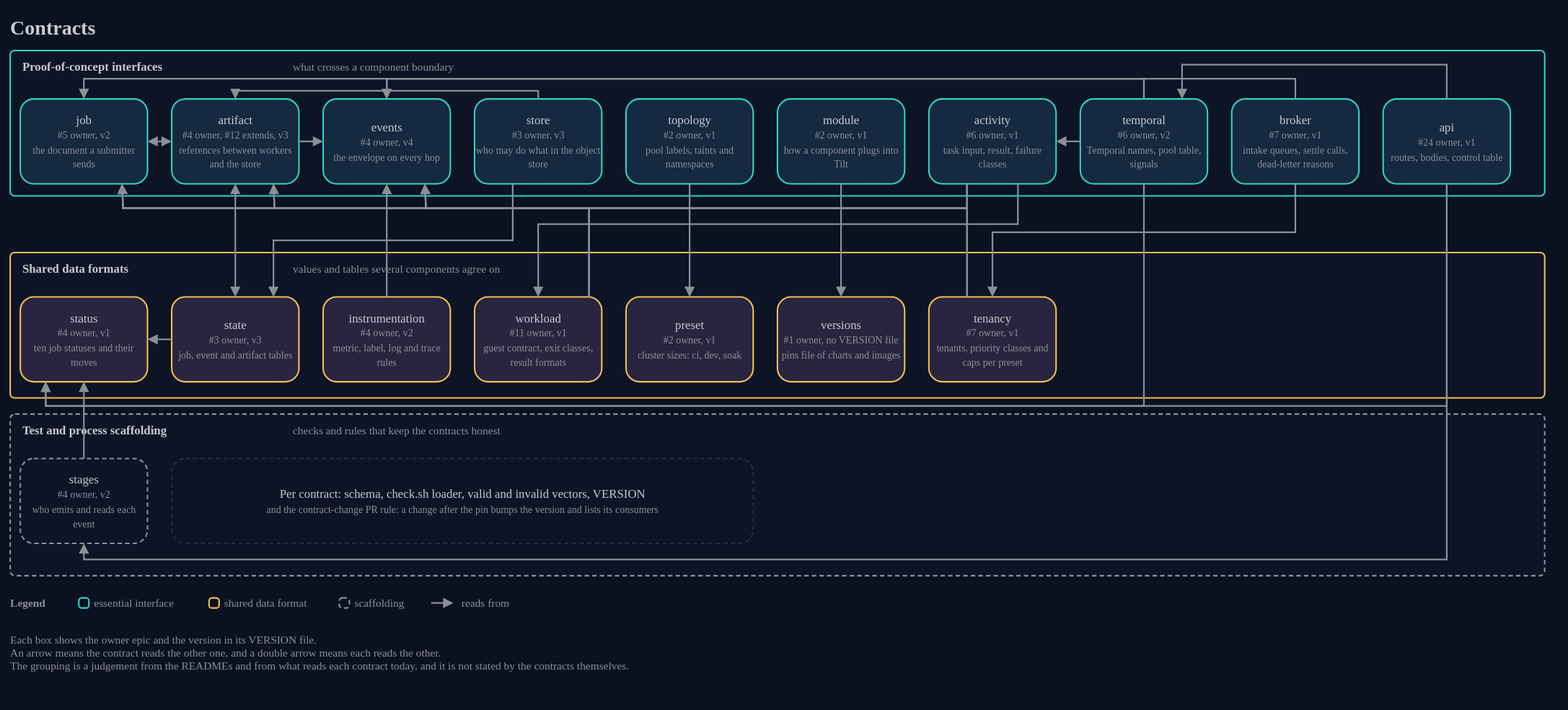
This is docs/architecture/15-contracts.drawio.svg from AndoNorth/disyard, a draw.io export, as it was before one commit. Source tidied: cells renumbered, new cells last; positions are measured from the earlier drawing's top-left corner, leaving out a move shared by most shapes.
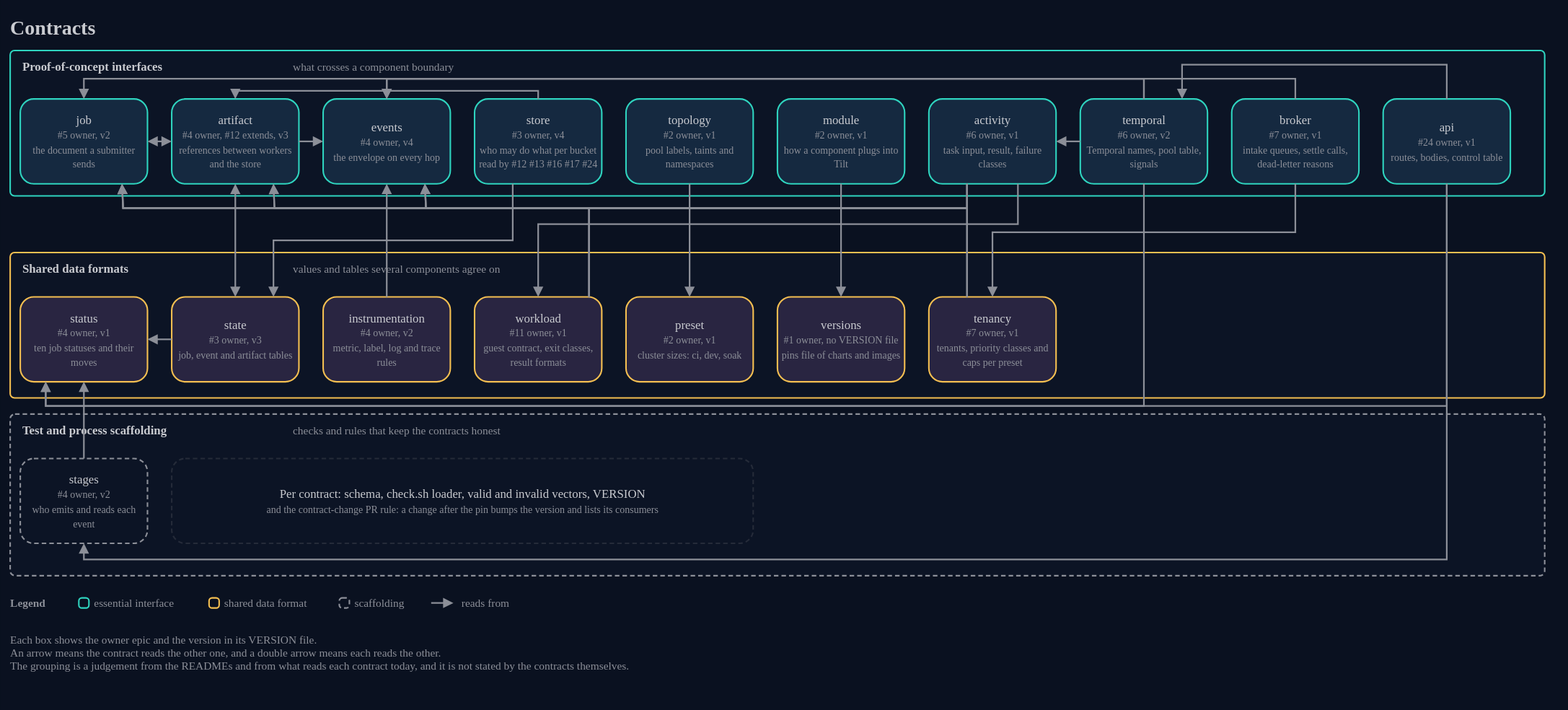
The same file after the commit.

Commit message:
feat(store): [#24] the submit identity reads wdf-sources, store v4 (E.1)

What changed in the source:
```diff
@@ -47,7 +47,7 @@
     <mxCell id="16" value="events&lt;br&gt;&lt;font color=&quot;#8c8f98&quot; style=&quot;font-size:10px&quot;&gt;#4 owner, v4&lt;br&gt;the envelope on every hop&lt;/font&gt;" style="rounded=1;arcSize=16;html=1;whiteSpace=wrap;fillColor=#152940;strokeColor=#2fd4bf;strokeWidth=1.5;fontColor=#c9cbd0;fontSize=12;fontFamily=IBM Plex Sans;align=center;verticalAlign=middle;" parent="1" vertex="1">
       <mxGeometry x="310" y="88" width="126" height="84" as="geometry" />
     </mxCell>
-    <mxCell id="17" value="store&lt;br&gt;&lt;font color=&quot;#8c8f98&quot; style=&quot;font-size:10px&quot;&gt;#3 owner, v3&lt;br&gt;who may do what in the object store&lt;/font&gt;" style="rounded=1;arcSize=16;html=1;whiteSpace=wrap;fillColor=#152940;strokeColor=#2fd4bf;strokeWidth=1.5;fontColor=#c9cbd0;fontSize=12;fontFamily=IBM Plex Sans;align=center;verticalAlign=middle;" parent="1" vertex="1">
+    <mxCell id="17" value="store&lt;br&gt;&lt;font color=&quot;#8c8f98&quot; style=&quot;font-size:10px&quot;&gt;#3 owner, v4&lt;br&gt;who may do what per bucket&lt;br&gt;read by #12 #13 #16 #17 #24&lt;/font&gt;" style="rounded=1;arcSize=16;html=1;whiteSpace=wrap;fillColor=#152940;strokeColor=#2fd4bf;strokeWidth=1.5;fontColor=#c9cbd0;fontSize=12;fontFamily=IBM Plex Sans;align=center;verticalAlign=middle;" parent="1" vertex="1">
       <mxGeometry x="460" y="88" width="126" height="84" as="geometry" />
     </mxCell>
     <mxCell id="18" value="topology&lt;br&gt;&lt;font color=&quot;#8c8f98&quot; style=&quot;font-size:10px&quot;&gt;#2 owner, v1&lt;br&gt;pool labels, taints and namespaces&lt;/font&gt;" style="rounded=1;arcSize=16;html=1;whiteSpace=wrap;fillColor=#152940;strokeColor=#2fd4bf;strokeWidth=1.5;fontColor=#c9cbd0;fontSize=12;fontFamily=IBM Plex Sans;align=center;verticalAlign=middle;" parent="1" vertex="1">
```
